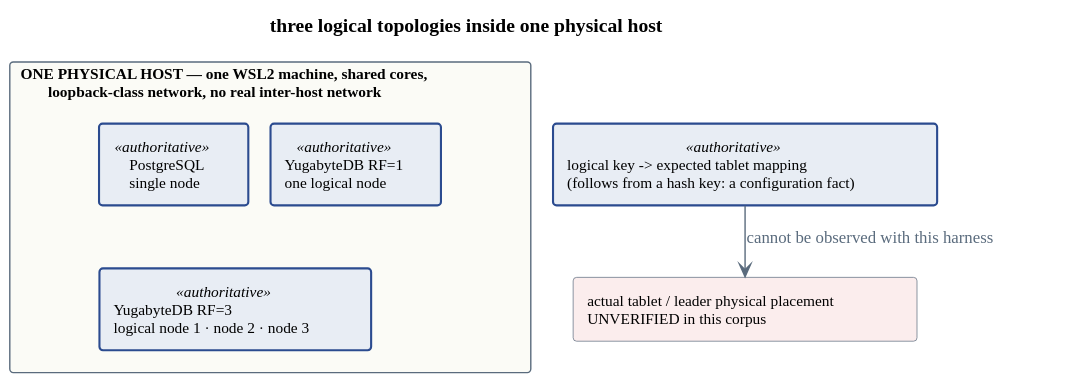
xiles84/architecture_design_studies keeps this PlantUML diagram as book/assets/fig-topology-physical-boundary.svg. Above is the earlier version.
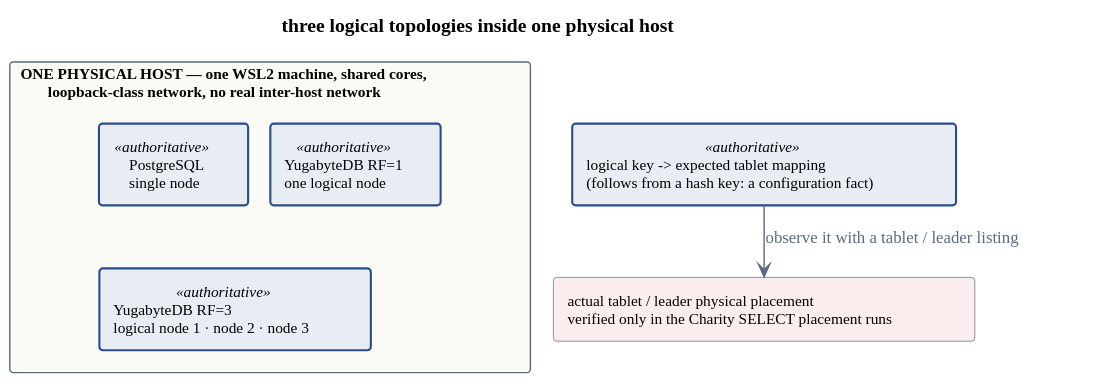
Above is the later version.

Commit message:
Book: re-export placement figure with the pinned renderer (Claude Opus 5.5 / Claude Code desktop)

Only fig-topology-physical-boundary's asset changed; other manifest rows
record their now-committed source revisions (informational).

Diff of the diagram source:
```diff
@@ -12,7 +12,7 @@
 }
 
 rectangle "logical key -> expected tablet mapping\n(follows from a hash key: a configuration fact)" as L1 <<authoritative>>
-rectangle "actual tablet / leader physical placement\nUNVERIFIED in this corpus" as L2 #FBEDED
+rectangle "actual tablet / leader physical placement\nverified only in the Charity SELECT placement runs" as L2 #FBEDED
 
-L1 --> L2 : cannot be observed with this harness
+L1 --> L2 : observe it with a tablet / leader listing
 @enduml
```
